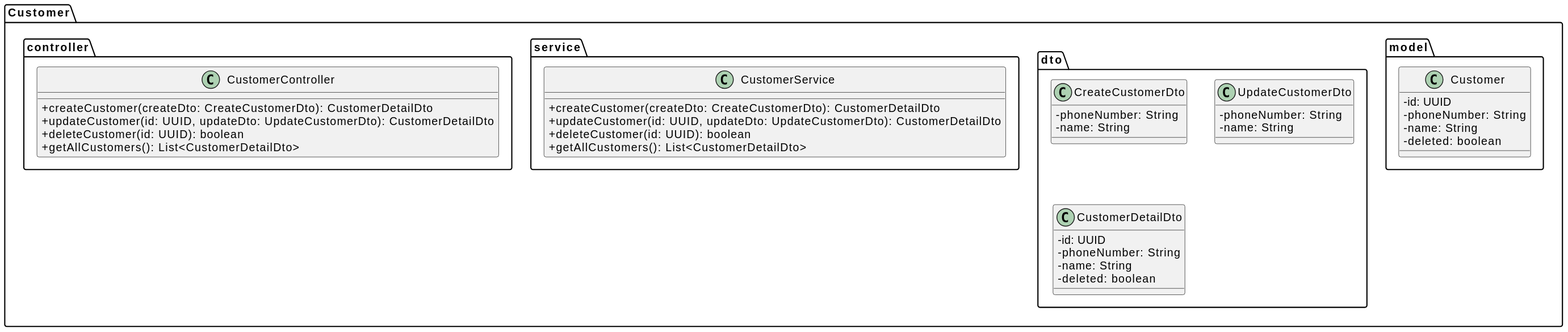
tondracek/inqool-tennis keeps this PlantUML diagram as docs/diagram-img/class-customer.svg. Above is the earlier version.
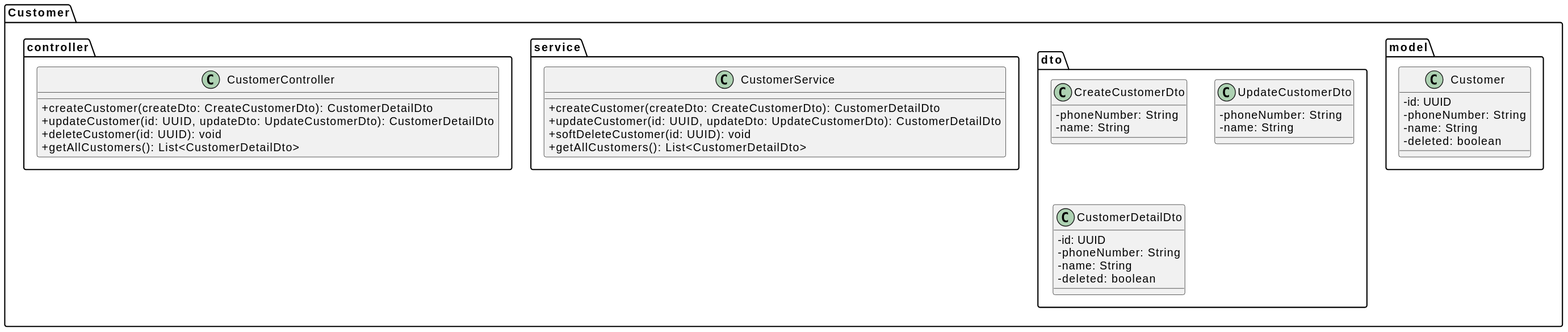
Above is the later version.

Diff of the diagram source:
```diff
@@ -34,7 +34,7 @@
 		class CustomerService {
 			+ createCustomer(createDto: CreateCustomerDto): CustomerDetailDto
 			+ updateCustomer(id: UUID, updateDto: UpdateCustomerDto): CustomerDetailDto
-			+ deleteCustomer(id: UUID): boolean
+			+ softDeleteCustomer(id: UUID): void
 			+ getAllCustomers(): List<CustomerDetailDto>
 		}
 	}
@@ -43,7 +43,7 @@
 		class CustomerController {
 			+ createCustomer(createDto: CreateCustomerDto): CustomerDetailDto
 			+ updateCustomer(id: UUID, updateDto: UpdateCustomerDto): CustomerDetailDto
-			+ deleteCustomer(id: UUID): boolean
+			+ deleteCustomer(id: UUID): void
 			+ getAllCustomers(): List<CustomerDetailDto>
 		}
 	}
```
